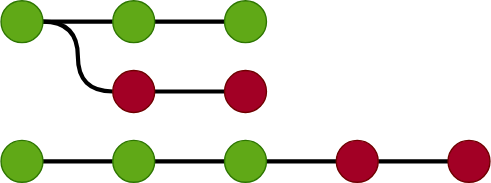
Above: docs/history.drawio.svg in delta-documents/delta (draw.io), before the change. Source tidied: cells renumbered, new cells last; positions are measured from the earlier drawing's top-left corner, leaving out a move shared by most shapes.
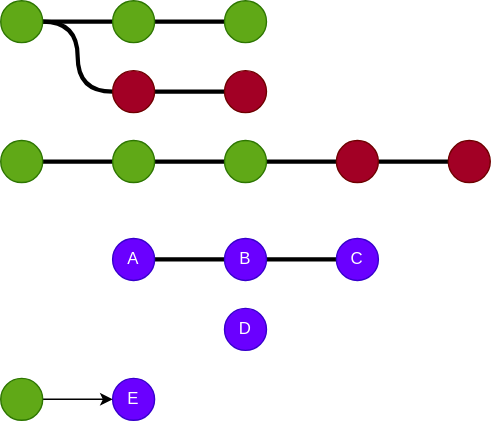
After the change.

Diff of the diagram source:
```diff
@@ -56,5 +56,32 @@
     <mxCell id="19" style="ellipse;whiteSpace=wrap;html=1;fillColor=#a20025;fontColor=#ffffff;strokeColor=#6F0000;" parent="1" vertex="1">
       <mxGeometry x="320" y="100" width="30" height="30" as="geometry" />
     </mxCell>
+    <mxCell id="20" style="edgeStyle=entityRelationEdgeStyle;html=1;strokeWidth=3;endArrow=none;endFill=0;" parent="1" edge="1" source="21" target="23">
+      <mxGeometry relative="1" as="geometry" />
+    </mxCell>
+    <mxCell id="21" value="A" style="ellipse;whiteSpace=wrap;html=1;fillColor=#6a00ff;fontColor=#ffffff;strokeColor=#3700CC;" parent="1" vertex="1">
+      <mxGeometry x="80" y="170" width="30" height="30" as="geometry" />
+    </mxCell>
+    <mxCell id="22" style="edgeStyle=entityRelationEdgeStyle;html=1;endArrow=none;endFill=0;strokeWidth=3;" parent="1" edge="1" source="23" target="24">
+      <mxGeometry relative="1" as="geometry" />
+    </mxCell>
+    <mxCell id="23" value="B" style="ellipse;whiteSpace=wrap;html=1;fillColor=#6a00ff;fontColor=#ffffff;strokeColor=#3700CC;" parent="1" vertex="1">
+      <mxGeometry x="160" y="170" width="30" height="30" as="geometry" />
+    </mxCell>
+    <mxCell id="24" value="C" style="ellipse;whiteSpace=wrap;html=1;fillColor=#6a00ff;fontColor=#ffffff;strokeColor=#3700CC;" parent="1" vertex="1">
+      <mxGeometry x="240" y="170" width="30" height="30" as="geometry" />
+    </mxCell>
+    <mxCell id="25" value="D" style="ellipse;whiteSpace=wrap;html=1;fillColor=#6a00ff;fontColor=#ffffff;strokeColor=#3700CC;" parent="1" vertex="1">
+      <mxGeometry x="160" y="220" width="30" height="30" as="geometry" />
+    </mxCell>
+    <mxCell id="26" value="E" style="ellipse;whiteSpace=wrap;html=1;fillColor=#6a00ff;fontColor=#ffffff;strokeColor=#3700CC;" parent="1" vertex="1">
+      <mxGeometry x="80" y="270" width="30" height="30" as="geometry" />
+    </mxCell>
+    <mxCell id="27" style="edgeStyle=none;html=1;" parent="1" edge="1" source="28" target="26">
+      <mxGeometry relative="1" as="geometry" />
+    </mxCell>
+    <mxCell id="28" style="ellipse;whiteSpace=wrap;html=1;fillColor=#60a917;fontColor=#ffffff;strokeColor=#2D7600;" parent="1" vertex="1">
+      <mxGeometry y="270" width="30" height="30" as="geometry" />
+    </mxCell>
   </root>
 </mxGraphModel>
```
